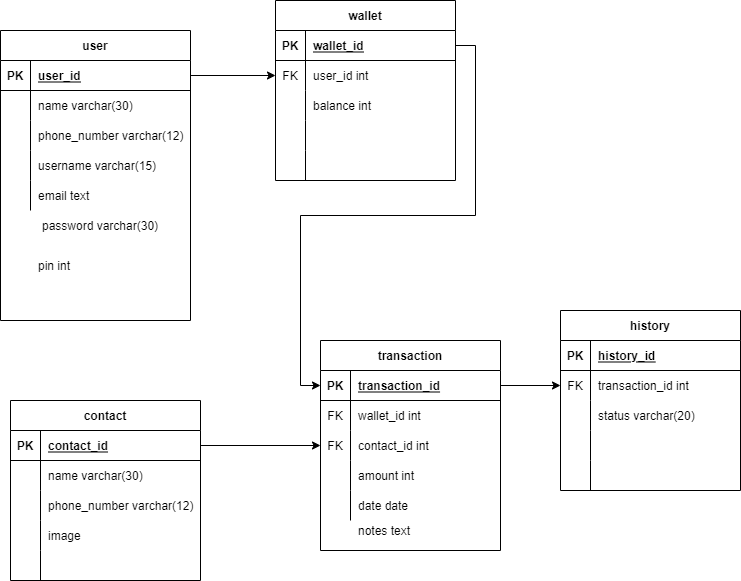
The draw.io diagram task_3.png in dindachyfr/database-mysql, before a commit. Source tidied: cells renumbered, new cells last; positions are measured from the earlier drawing's top-left corner, leaving out a move shared by most shapes.
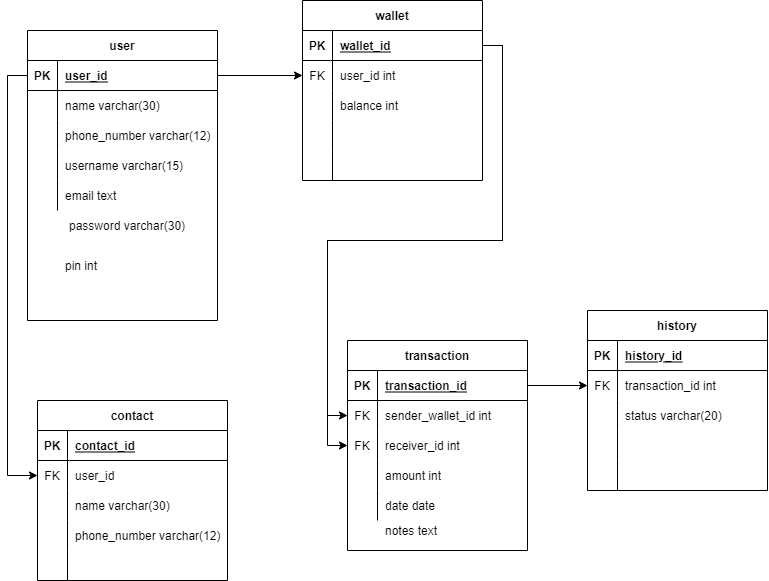
The same file after the commit.

Commit message:
slight revision on task 3 and query no 2

Change to the diagram source:
```diff
@@ -185,7 +185,7 @@
     <mxCell id="62" value="FK" style="shape=partialRectangle;fillColor=none;top=0;left=0;bottom=0;right=0;overflow=hidden;" parent="61" vertex="1">
       <mxGeometry width="30" height="30" as="geometry" />
     </mxCell>
-    <mxCell id="63" value="wallet_id int" style="shape=partialRectangle;fillColor=none;top=0;left=0;bottom=0;right=0;align=left;spacingLeft=6;overflow=hidden;" parent="61" vertex="1">
+    <mxCell id="63" value="sender_wallet_id int" style="shape=partialRectangle;fillColor=none;top=0;left=0;bottom=0;right=0;align=left;spacingLeft=6;overflow=hidden;" parent="61" vertex="1">
       <mxGeometry x="30" width="150" height="30" as="geometry" />
     </mxCell>
     <mxCell id="64" style="shape=partialRectangle;fillColor=none;top=0;left=0;bottom=0;right=0;points=[[0,0.5],[1,0.5]];portConstraint=eastwest;" parent="57" vertex="1">
@@ -194,7 +194,7 @@
     <mxCell id="65" value="FK" style="shape=partialRectangle;fillColor=none;top=0;left=0;bottom=0;right=0;overflow=hidden;" parent="64" vertex="1">
       <mxGeometry width="30" height="30" as="geometry" />
     </mxCell>
-    <mxCell id="66" value="contact_id int" style="shape=partialRectangle;fillColor=none;top=0;left=0;bottom=0;right=0;align=left;spacingLeft=6;overflow=hidden;" parent="64" vertex="1">
+    <mxCell id="66" value="receiver_id int" style="shape=partialRectangle;fillColor=none;top=0;left=0;bottom=0;right=0;align=left;spacingLeft=6;overflow=hidden;" parent="64" vertex="1">
       <mxGeometry x="30" width="150" height="30" as="geometry" />
     </mxCell>
     <mxCell id="67" style="shape=partialRectangle;fillColor=none;top=0;left=0;bottom=0;right=0;" parent="57" vertex="1">
@@ -245,10 +245,10 @@
     <mxCell id="82" style="shape=partialRectangle;fillColor=none;top=0;left=0;bottom=0;right=0;points=[[0,0.5],[1,0.5]];portConstraint=eastwest;" parent="78" vertex="1">
       <mxGeometry y="60" width="190" height="30" as="geometry" />
     </mxCell>
-    <mxCell id="83" style="shape=partialRectangle;fillColor=none;top=0;left=0;bottom=0;right=0;overflow=hidden;" parent="82" vertex="1">
+    <mxCell id="83" value="FK" style="shape=partialRectangle;fillColor=none;top=0;left=0;bottom=0;right=0;overflow=hidden;" parent="82" vertex="1">
       <mxGeometry width="30" height="30" as="geometry" />
     </mxCell>
-    <mxCell id="84" value="name varchar(30)" style="shape=partialRectangle;fillColor=none;top=0;left=0;bottom=0;right=0;align=left;spacingLeft=6;overflow=hidden;" parent="82" vertex="1">
+    <mxCell id="84" value="user_id" style="shape=partialRectangle;fillColor=none;top=0;left=0;bottom=0;right=0;align=left;spacingLeft=6;overflow=hidden;" parent="82" vertex="1">
       <mxGeometry x="30" width="160" height="30" as="geometry" />
     </mxCell>
     <mxCell id="85" style="shape=partialRectangle;fillColor=none;top=0;left=0;bottom=0;right=0;" parent="78" vertex="1">
@@ -257,7 +257,7 @@
     <mxCell id="86" style="shape=partialRectangle;fillColor=none;top=0;left=0;bottom=0;right=0;overflow=hidden;" parent="85" vertex="1">
       <mxGeometry width="30" height="30" as="geometry" />
     </mxCell>
-    <mxCell id="87" value="phone_number varchar(12)" style="shape=partialRectangle;fillColor=none;top=0;left=0;bottom=0;right=0;align=left;spacingLeft=6;overflow=hidden;" parent="85" vertex="1">
+    <mxCell id="87" value="name varchar(30)" style="shape=partialRectangle;fillColor=none;top=0;left=0;bottom=0;right=0;align=left;spacingLeft=6;overflow=hidden;" parent="85" vertex="1">
       <mxGeometry x="30" width="160" height="30" as="geometry" />
     </mxCell>
     <mxCell id="88" style="shape=partialRectangle;fillColor=none;top=0;left=0;bottom=0;right=0;" parent="78" vertex="1">
@@ -266,7 +266,7 @@
     <mxCell id="89" style="shape=partialRectangle;fillColor=none;top=0;left=0;bottom=0;right=0;overflow=hidden;" parent="88" vertex="1">
       <mxGeometry width="30" height="30" as="geometry" />
     </mxCell>
-    <mxCell id="90" value="image" style="shape=partialRectangle;fillColor=none;top=0;left=0;bottom=0;right=0;align=left;spacingLeft=6;overflow=hidden;" parent="88" vertex="1">
+    <mxCell id="90" value="phone_number varchar(12)" style="shape=partialRectangle;fillColor=none;top=0;left=0;bottom=0;right=0;align=left;spacingLeft=6;overflow=hidden;" parent="88" vertex="1">
       <mxGeometry x="30" width="160" height="30" as="geometry" />
     </mxCell>
     <mxCell id="91" style="shape=partialRectangle;fillColor=none;top=0;left=0;bottom=0;right=0;" parent="78" vertex="1">
@@ -278,14 +278,31 @@
     <mxCell id="93" style="shape=partialRectangle;fillColor=none;top=0;left=0;bottom=0;right=0;align=left;spacingLeft=6;overflow=hidden;" parent="91" vertex="1">
       <mxGeometry x="30" width="160" height="30" as="geometry" />
     </mxCell>
-    <mxCell id="94" style="edgeStyle=orthogonalEdgeStyle;rounded=0;jettySize=auto;html=1;exitX=1;exitY=0.5;exitDx=0;exitDy=0;entryX=0;entryY=0.5;entryDx=0;entryDy=0;" parent="1" edge="1" source="79" target="64">
-      <mxGeometry relative="1" as="geometry" />
-    </mxCell>
     <mxCell id="95" style="edgeStyle=orthogonalEdgeStyle;rounded=0;jettySize=auto;html=1;exitX=1;exitY=0.5;exitDx=0;exitDy=0;entryX=0;entryY=0.5;entryDx=0;entryDy=0;" parent="1" edge="1" source="58" target="45">
       <mxGeometry relative="1" as="geometry" />
     </mxCell>
-    <mxCell id="96" style="edgeStyle=orthogonalEdgeStyle;rounded=0;jettySize=auto;html=1;exitX=1;exitY=0.5;exitDx=0;exitDy=0;entryX=0;entryY=0.5;entryDx=0;entryDy=0;" parent="1" edge="1" source="25" target="58">
-      <mxGeometry relative="1" as="geometry" />
+    <mxCell id="96" style="edgeStyle=orthogonalEdgeStyle;rounded=0;jettySize=auto;html=1;exitX=1;exitY=0.5;exitDx=0;exitDy=0;entryX=0;entryY=0.5;entryDx=0;entryDy=0;" parent="1" edge="1" source="25" target="61">
+      <mxGeometry relative="1" as="geometry">
+        <Array as="points">
+          <mxPoint x="475" y="45" />
+          <mxPoint x="475" y="240" />
+          <mxPoint x="300" y="240" />
+          <mxPoint x="300" y="415" />
+        </Array>
+      </mxGeometry>
     </mxCell>
+    <mxCell id="97" style="edgeStyle=orthogonalEdgeStyle;rounded=0;jettySize=auto;html=1;exitX=1;exitY=0.5;exitDx=0;exitDy=0;entryX=0;entryY=0.5;entryDx=0;entryDy=0;" parent="1" edge="1" source="25" target="64">
+      <mxGeometry relative="1" as="geometry">
+        <Array as="points">
+          <mxPoint x="475" y="45" />
+          <mxPoint x="475" y="240" />
+          <mxPoint x="300" y="240" />
+          <mxPoint x="300" y="445" />
+        </Array>
+      </mxGeometry>
+    </mxCell>
+    <mxCell id="98" style="edgeStyle=orthogonalEdgeStyle;rounded=0;jettySize=auto;html=1;exitX=0;exitY=0.5;exitDx=0;exitDy=0;entryX=0;entryY=0.5;entryDx=0;entryDy=0;" parent="1" edge="1" source="3" target="82">
+      <mxGeometry relative="1" as="geometry" />
+    </mxCell>
   </root>
 </mxGraphModel>
```
